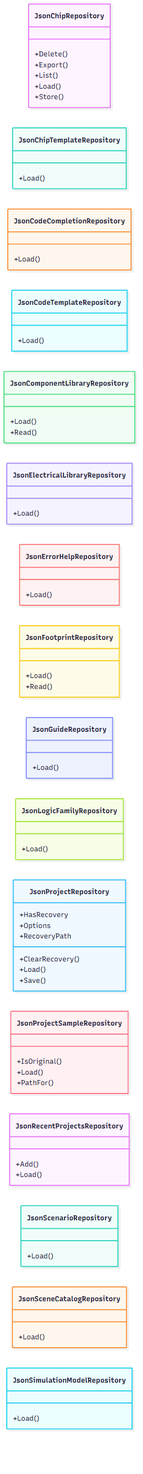
The Mermaid diagram docs/uml/images/repositories-formats-infrastructure-02.png in Ismail-DEV-dg/3D-physical-Technical-constructor, before a commit. Its source is kept beside it as docs/uml/generated/repositories-formats-infrastructure-02.mmd. The source it was exported from:
```mermaid
classDiagram
    direction LR
    class T01["JsonChipRepository"]
    T01 : +Delete()
    T01 : +Export()
    T01 : +List()
    T01 : +Load()
    T01 : +Store()
    class T02["JsonChipTemplateRepository"]
    T02 : +Load()
    class T03["JsonCodeCompletionRepository"]
    T03 : +Load()
    class T04["JsonCodeTemplateRepository"]
    T04 : +Load()
    class T05["JsonComponentLibraryRepository"]
    T05 : +Load()
    T05 : +Read()
    class T06["JsonElectricalLibraryRepository"]
    T06 : +Load()
    class T07["JsonErrorHelpRepository"]
    T07 : +Load()
    class T08["JsonFootprintRepository"]
    T08 : +Load()
    T08 : +Read()
    class T09["JsonGuideRepository"]
    T09 : +Load()
    class T10["JsonLogicFamilyRepository"]
    T10 : +Load()
    class T11["JsonProjectRepository"]
    T11 : +ClearRecovery()
    T11 : +HasRecovery
    T11 : +Load()
    T11 : +Options
    T11 : +RecoveryPath
    T11 : +Save()
    class T12["JsonProjectSampleRepository"]
    T12 : +IsOriginal()
    T12 : +Load()
    T12 : +PathFor()
    class T13["JsonRecentProjectsRepository"]
    T13 : +Add()
    T13 : +Load()
    class T14["JsonScenarioRepository"]
    T14 : +Load()
    class T15["JsonSceneCatalogRepository"]
    T15 : +Load()
    class T16["JsonSimulationModelRepository"]
    T16 : +Load()
```
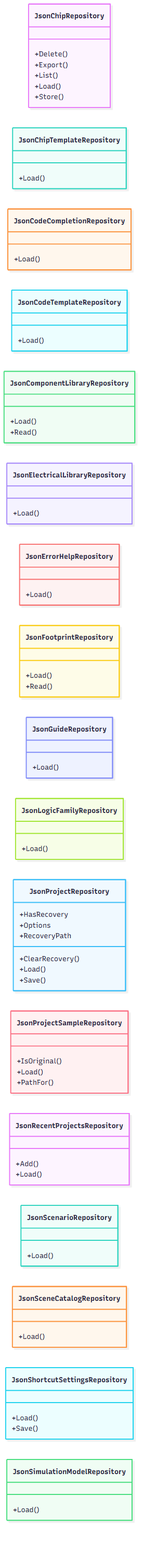
After the commit.

Diff of the diagram source:
```diff
@@ -44,5 +44,8 @@
     T14 : +Load()
     class T15["JsonSceneCatalogRepository"]
     T15 : +Load()
-    class T16["JsonSimulationModelRepository"]
+    class T16["JsonShortcutSettingsRepository"]
     T16 : +Load()
+    T16 : +Save()
+    class T17["JsonSimulationModelRepository"]
+    T17 : +Load()
```
